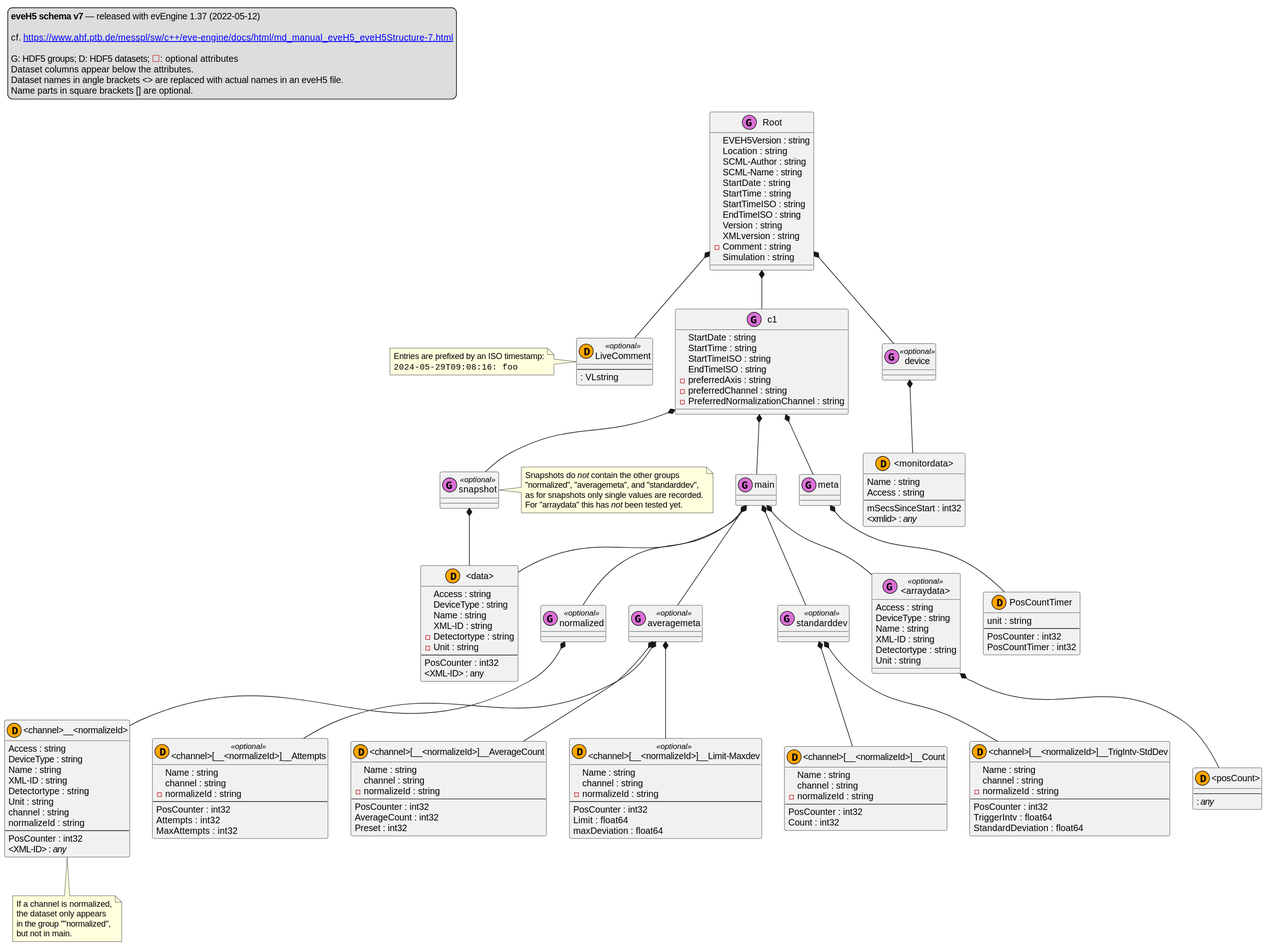
The PlantUML diagram docs/uml/eveh5-v7.svg in tillbiskup/evedata, before a commit.
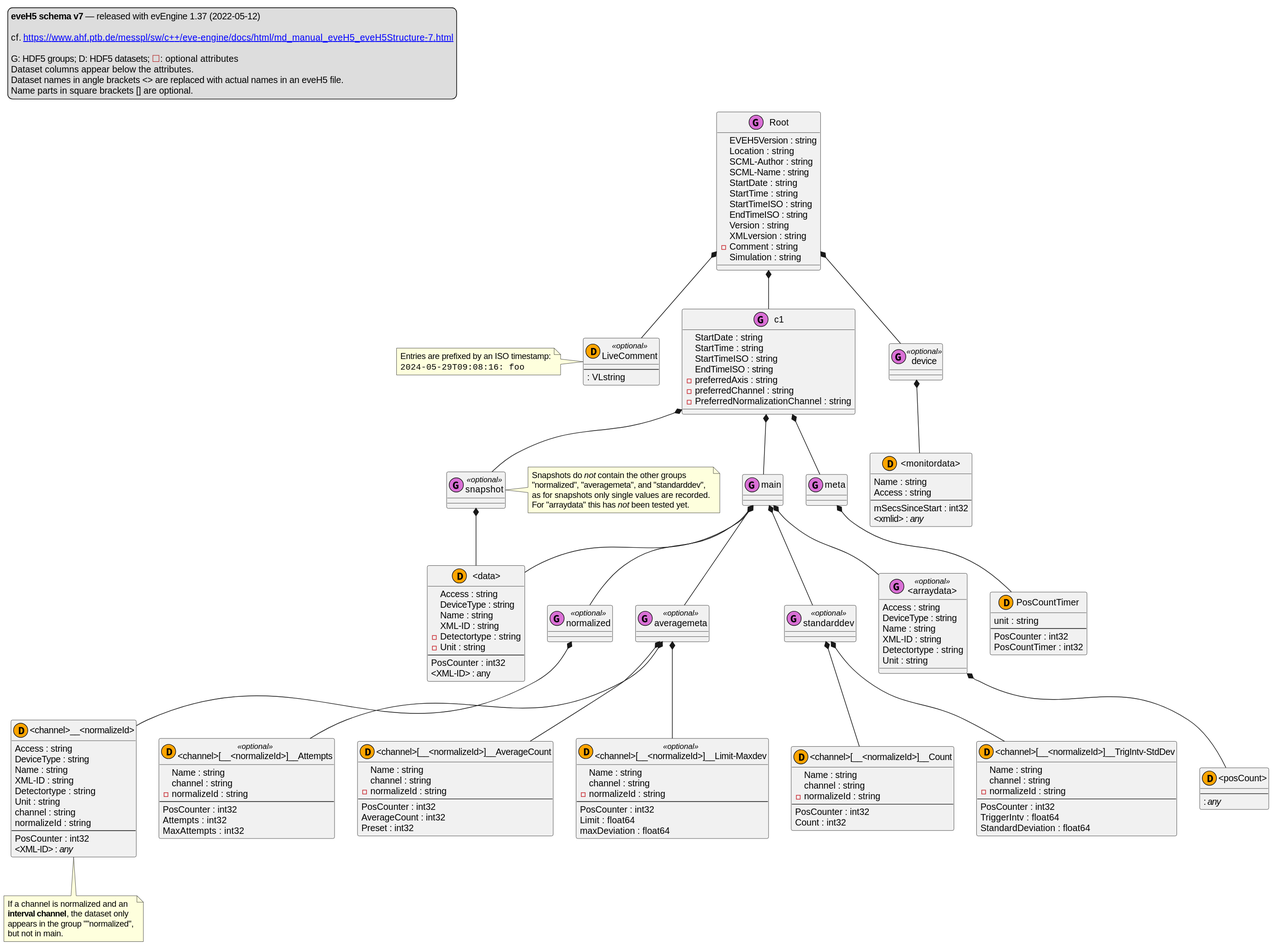
Above is the later version.

Commit message:
HDF5Dataset loads data on access. Mapping log messages decodes message.

The edit, as a diff of the source:
```diff
@@ -112,9 +112,9 @@
 }
 
 note bottom of "<channel>__<normalizeId>"
-    If a channel is normalized,
-    the dataset only appears
-    in the group ""normalized",
+    If a channel is normalized and an
+    <b>interval channel</b>, the dataset only
+    appears in the group ""normalized",
     but not in main.
 end note
 
```
